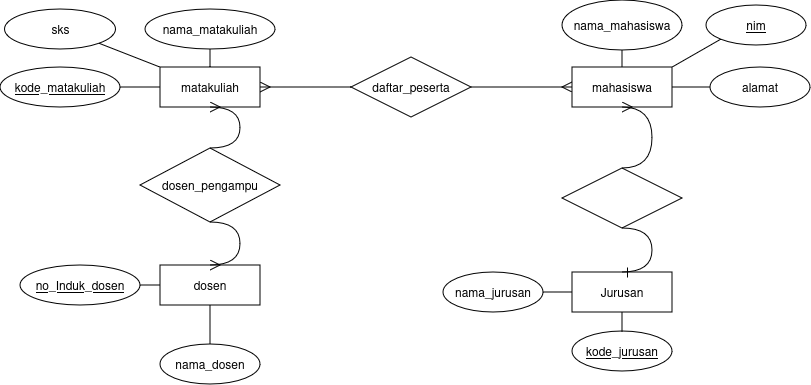
embek/rubicamp-database keeps this draw.io diagram as ERD-revisi.drawio.png. Above is the earlier version. Source tidied: cells renumbered, new cells last; positions are measured from the earlier drawing's top-left corner, leaving out a move shared by most shapes. Its diagram source:
```xml
<mxGraphModel>
  <root>
    <mxCell id="0" />
    <mxCell id="1" parent="0" />
    <mxCell id="2" value="Jurusan" style="whiteSpace=wrap;html=1;align=center;" parent="1" vertex="1">
      <mxGeometry x="572" y="272" width="100" height="40" as="geometry" />
    </mxCell>
    <mxCell id="3" value="matakuliah" style="whiteSpace=wrap;html=1;align=center;" parent="1" vertex="1">
      <mxGeometry x="160" y="67" width="100" height="40" as="geometry" />
    </mxCell>
    <mxCell id="4" value="dosen" style="whiteSpace=wrap;html=1;align=center;" parent="1" vertex="1">
      <mxGeometry x="160" y="265" width="100" height="40" as="geometry" />
    </mxCell>
    <mxCell id="5" value="mahasiswa" style="whiteSpace=wrap;html=1;align=center;" parent="1" vertex="1">
      <mxGeometry x="572" y="67" width="100" height="40" as="geometry" />
    </mxCell>
    <mxCell id="6" value="dosen_pengampu" style="shape=rhombus;perimeter=rhombusPerimeter;whiteSpace=wrap;html=1;align=center;" parent="1" vertex="1">
      <mxGeometry x="140" y="148" width="140" height="74" as="geometry" />
    </mxCell>
    <mxCell id="7" value="daftar_peserta" style="shape=rhombus;perimeter=rhombusPerimeter;whiteSpace=wrap;html=1;align=center;" parent="1" vertex="1">
      <mxGeometry x="351" y="57" width="120" height="60" as="geometry" />
    </mxCell>
    <mxCell id="8" style="edgeStyle=entityRelationEdgeStyle;fontSize=12;html=1;endArrow=ERmany;rounded=0;startSize=8;endSize=8;curved=1;exitX=1;exitY=0.5;exitDx=0;exitDy=0;entryX=0;entryY=0.5;entryDx=0;entryDy=0;" parent="1" edge="1" source="7" target="5">
      <mxGeometry relative="1" as="geometry" />
    </mxCell>
    <mxCell id="9" style="edgeStyle=entityRelationEdgeStyle;fontSize=12;html=1;endArrow=ERmany;rounded=0;startSize=8;endSize=8;curved=1;entryX=1;entryY=0.5;entryDx=0;entryDy=0;exitX=0;exitY=0.5;exitDx=0;exitDy=0;" parent="1" edge="1" source="7" target="3">
      <mxGeometry relative="1" as="geometry" />
    </mxCell>
    <mxCell id="10" style="edgeStyle=entityRelationEdgeStyle;fontSize=12;html=1;endArrow=ERmany;rounded=0;startSize=8;endSize=8;curved=1;entryX=0.5;entryY=1;entryDx=0;entryDy=0;exitX=0.5;exitY=0;exitDx=0;exitDy=0;" parent="1" edge="1" source="6" target="3">
      <mxGeometry relative="1" as="geometry" />
    </mxCell>
    <mxCell id="11" style="edgeStyle=entityRelationEdgeStyle;fontSize=12;html=1;endArrow=ERmany;rounded=0;startSize=8;endSize=8;curved=1;entryX=0.5;entryY=0;entryDx=0;entryDy=0;exitX=0.5;exitY=1;exitDx=0;exitDy=0;" parent="1" edge="1" source="6" target="4">
      <mxGeometry relative="1" as="geometry" />
    </mxCell>
    <mxCell id="12" value="nama_jurusan" style="ellipse;whiteSpace=wrap;html=1;align=center;" parent="1" vertex="1">
      <mxGeometry x="443" y="272" width="100" height="40" as="geometry" />
    </mxCell>
    <mxCell id="13" value="no_Induk_dosen" style="ellipse;whiteSpace=wrap;html=1;align=center;fontStyle=4;" parent="1" vertex="1">
      <mxGeometry x="20" y="265" width="120" height="40" as="geometry" />
    </mxCell>
    <mxCell id="14" value="nama_dosen" style="ellipse;whiteSpace=wrap;html=1;align=center;" parent="1" vertex="1">
      <mxGeometry x="160" y="344" width="100" height="40" as="geometry" />
    </mxCell>
    <mxCell id="15" value="kode_jurusan" style="ellipse;whiteSpace=wrap;html=1;align=center;fontStyle=4;" parent="1" vertex="1">
      <mxGeometry x="572" y="331" width="100" height="40" as="geometry" />
    </mxCell>
    <mxCell id="16" value="nama_mahasiswa" style="ellipse;whiteSpace=wrap;html=1;align=center;" parent="1" vertex="1">
      <mxGeometry x="562" width="120" height="50" as="geometry" />
    </mxCell>
    <mxCell id="17" value="nim" style="ellipse;whiteSpace=wrap;html=1;align=center;fontStyle=4;" parent="1" vertex="1">
      <mxGeometry x="706" y="5" width="100" height="40" as="geometry" />
    </mxCell>
    <mxCell id="18" value="&lt;div&gt;alamat&lt;/div&gt;" style="ellipse;whiteSpace=wrap;html=1;align=center;" parent="1" vertex="1">
      <mxGeometry x="710" y="67" width="100" height="40" as="geometry" />
    </mxCell>
    <mxCell id="19" style="endArrow=none;html=1;rounded=0;fontSize=12;startSize=8;endSize=8;curved=1;exitX=0.5;exitY=1;exitDx=0;exitDy=0;entryX=0.5;entryY=0;entryDx=0;entryDy=0;" parent="1" edge="1" source="16" target="5">
      <mxGeometry relative="1" as="geometry" />
    </mxCell>
    <mxCell id="20" style="endArrow=none;html=1;rounded=0;fontSize=12;startSize=8;endSize=8;curved=1;exitX=1;exitY=0.5;exitDx=0;exitDy=0;entryX=0;entryY=0.5;entryDx=0;entryDy=0;" parent="1" edge="1" source="5" target="18">
      <mxGeometry relative="1" as="geometry" />
    </mxCell>
    <mxCell id="21" style="endArrow=none;html=1;rounded=0;fontSize=12;startSize=8;endSize=8;curved=1;exitX=0;exitY=1;exitDx=0;exitDy=0;entryX=1;entryY=0;entryDx=0;entryDy=0;" parent="1" edge="1" source="17" target="5">
      <mxGeometry relative="1" as="geometry" />
    </mxCell>
    <mxCell id="22" value="nama_matakuliah" style="ellipse;whiteSpace=wrap;html=1;align=center;" parent="1" vertex="1">
      <mxGeometry x="145" y="9" width="130" height="40" as="geometry" />
    </mxCell>
    <mxCell id="23" value="&lt;div&gt;kode_matakuliah&lt;/div&gt;" style="ellipse;whiteSpace=wrap;html=1;align=center;fontStyle=4;" parent="1" vertex="1">
      <mxGeometry y="67" width="120" height="40" as="geometry" />
    </mxCell>
    <mxCell id="24" value="sks" style="ellipse;whiteSpace=wrap;html=1;align=center;" parent="1" vertex="1">
      <mxGeometry x="4.5" y="9" width="111" height="40" as="geometry" />
    </mxCell>
    <mxCell id="25" style="shape=rhombus;perimeter=rhombusPerimeter;whiteSpace=wrap;html=1;align=center;" parent="1" vertex="1">
      <mxGeometry x="562" y="168" width="120" height="60" as="geometry" />
    </mxCell>
    <mxCell id="26" style="edgeStyle=entityRelationEdgeStyle;fontSize=12;html=1;endArrow=ERone;endFill=1;rounded=0;startSize=8;endSize=8;curved=1;entryX=0.5;entryY=0;entryDx=0;entryDy=0;exitX=0.5;exitY=1;exitDx=0;exitDy=0;" parent="1" edge="1" source="25" target="2">
      <mxGeometry relative="1" as="geometry" />
    </mxCell>
    <mxCell id="27" style="edgeStyle=entityRelationEdgeStyle;fontSize=12;html=1;endArrow=ERmany;rounded=0;startSize=8;endSize=8;curved=1;exitX=0.5;exitY=0;exitDx=0;exitDy=0;entryX=0.5;entryY=1;entryDx=0;entryDy=0;" parent="1" edge="1" source="25" target="5">
      <mxGeometry relative="1" as="geometry" />
    </mxCell>
    <mxCell id="28" style="endArrow=none;html=1;rounded=0;fontSize=12;startSize=8;endSize=8;curved=1;exitX=1;exitY=0.5;exitDx=0;exitDy=0;entryX=0;entryY=0.5;entryDx=0;entryDy=0;" parent="1" edge="1" source="12" target="2">
      <mxGeometry relative="1" as="geometry" />
    </mxCell>
    <mxCell id="29" style="endArrow=none;html=1;rounded=0;fontSize=12;startSize=8;endSize=8;curved=1;exitX=0.5;exitY=1;exitDx=0;exitDy=0;" parent="1" edge="1" source="2">
      <mxGeometry relative="1" as="geometry">
        <mxPoint x="622" y="332" as="targetPoint" />
      </mxGeometry>
    </mxCell>
    <mxCell id="30" style="endArrow=none;html=1;rounded=0;fontSize=12;startSize=8;endSize=8;curved=1;exitX=0.5;exitY=1;exitDx=0;exitDy=0;entryX=0.5;entryY=0;entryDx=0;entryDy=0;" parent="1" edge="1" source="4" target="14">
      <mxGeometry relative="1" as="geometry" />
    </mxCell>
    <mxCell id="31" style="endArrow=none;html=1;rounded=0;fontSize=12;startSize=8;endSize=8;curved=1;exitX=1;exitY=0.5;exitDx=0;exitDy=0;entryX=0;entryY=0.5;entryDx=0;entryDy=0;" parent="1" edge="1" source="13" target="4">
      <mxGeometry relative="1" as="geometry" />
    </mxCell>
    <mxCell id="32" style="endArrow=none;html=1;rounded=0;fontSize=12;startSize=8;endSize=8;curved=1;entryX=0;entryY=0.5;entryDx=0;entryDy=0;exitX=1;exitY=0.5;exitDx=0;exitDy=0;" parent="1" edge="1" source="23" target="3">
      <mxGeometry relative="1" as="geometry" />
    </mxCell>
    <mxCell id="33" style="endArrow=none;html=1;rounded=0;fontSize=12;startSize=8;endSize=8;curved=1;exitX=0.5;exitY=0;exitDx=0;exitDy=0;entryX=0.5;entryY=1;entryDx=0;entryDy=0;" parent="1" edge="1" source="3" target="22">
      <mxGeometry relative="1" as="geometry" />
    </mxCell>
    <mxCell id="34" style="endArrow=none;html=1;rounded=0;fontSize=12;startSize=8;endSize=8;curved=1;entryX=0;entryY=0;entryDx=0;entryDy=0;exitX=1;exitY=1;exitDx=0;exitDy=0;" parent="1" edge="1" source="24" target="3">
      <mxGeometry relative="1" as="geometry" />
    </mxCell>
  </root>
</mxGraphModel>
```
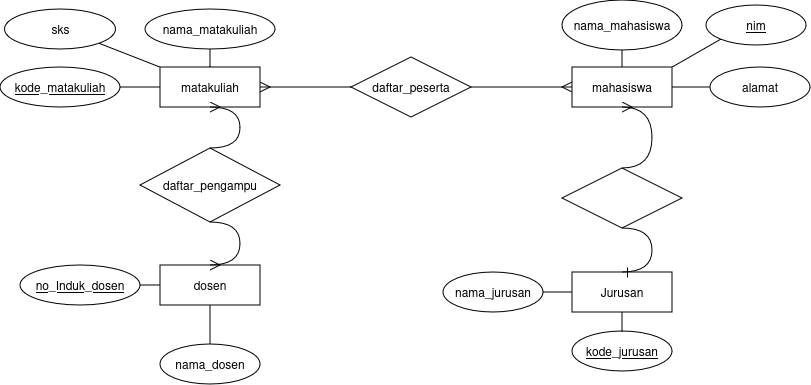
The same file after the commit.

Commit message:
ganti gambar

The edit, as a diff of the source:
```diff
@@ -14,7 +14,7 @@
     <mxCell id="5" value="mahasiswa" style="whiteSpace=wrap;html=1;align=center;" parent="1" vertex="1">
       <mxGeometry x="572" y="67" width="100" height="40" as="geometry" />
     </mxCell>
-    <mxCell id="6" value="dosen_pengampu" style="shape=rhombus;perimeter=rhombusPerimeter;whiteSpace=wrap;html=1;align=center;" parent="1" vertex="1">
+    <mxCell id="6" value="daftar_pengampu" style="shape=rhombus;perimeter=rhombusPerimeter;whiteSpace=wrap;html=1;align=center;" parent="1" vertex="1">
       <mxGeometry x="140" y="148" width="140" height="74" as="geometry" />
     </mxCell>
     <mxCell id="7" value="daftar_peserta" style="shape=rhombus;perimeter=rhombusPerimeter;whiteSpace=wrap;html=1;align=center;" parent="1" vertex="1">
```
